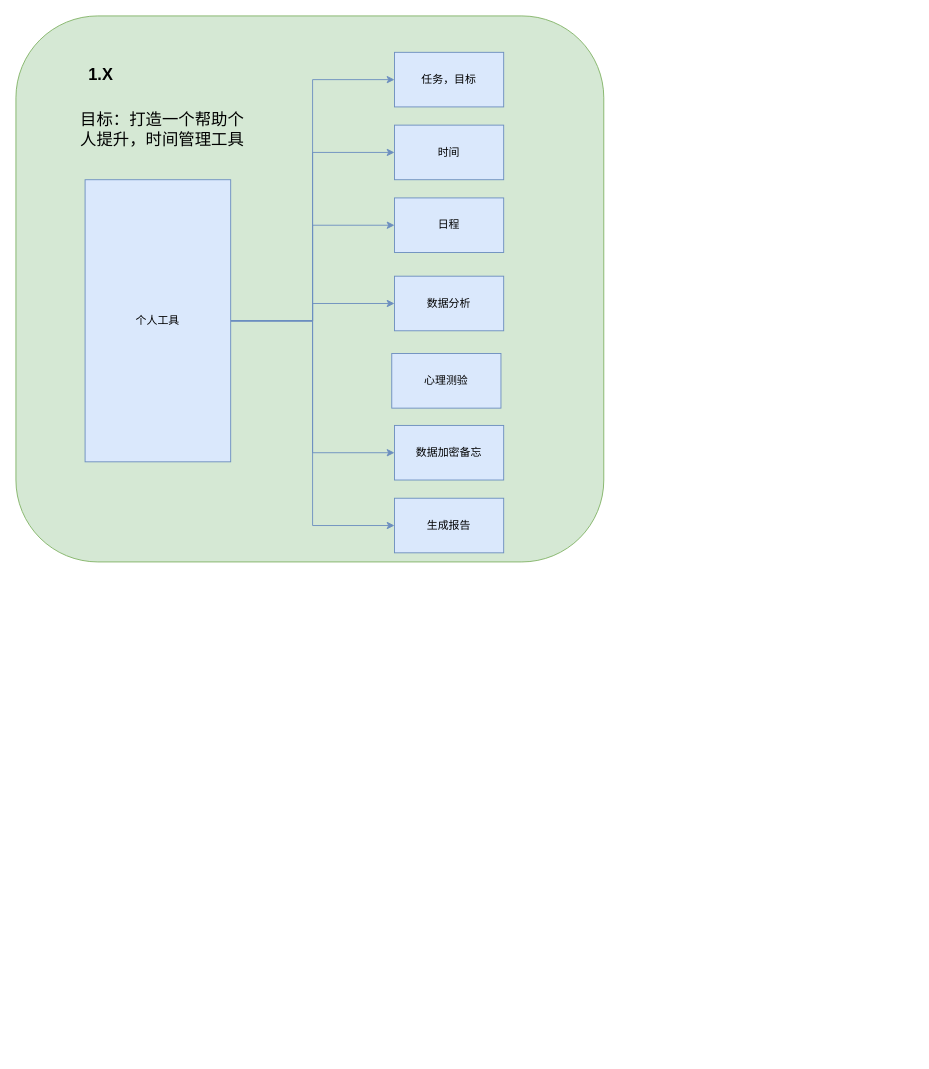
The draw.io diagram lingxi-taurus/lx-规划.drawio in GitHeP/diagrams, before the edit. Source tidied: cells renumbered, new cells numbered last; positions are measured from the earlier drawing's top-left corner, leaving out a move shared by most shapes. Both pictures are drawn from the tidied source at 91%, with x=0, y=0 at pixel (15, 15).
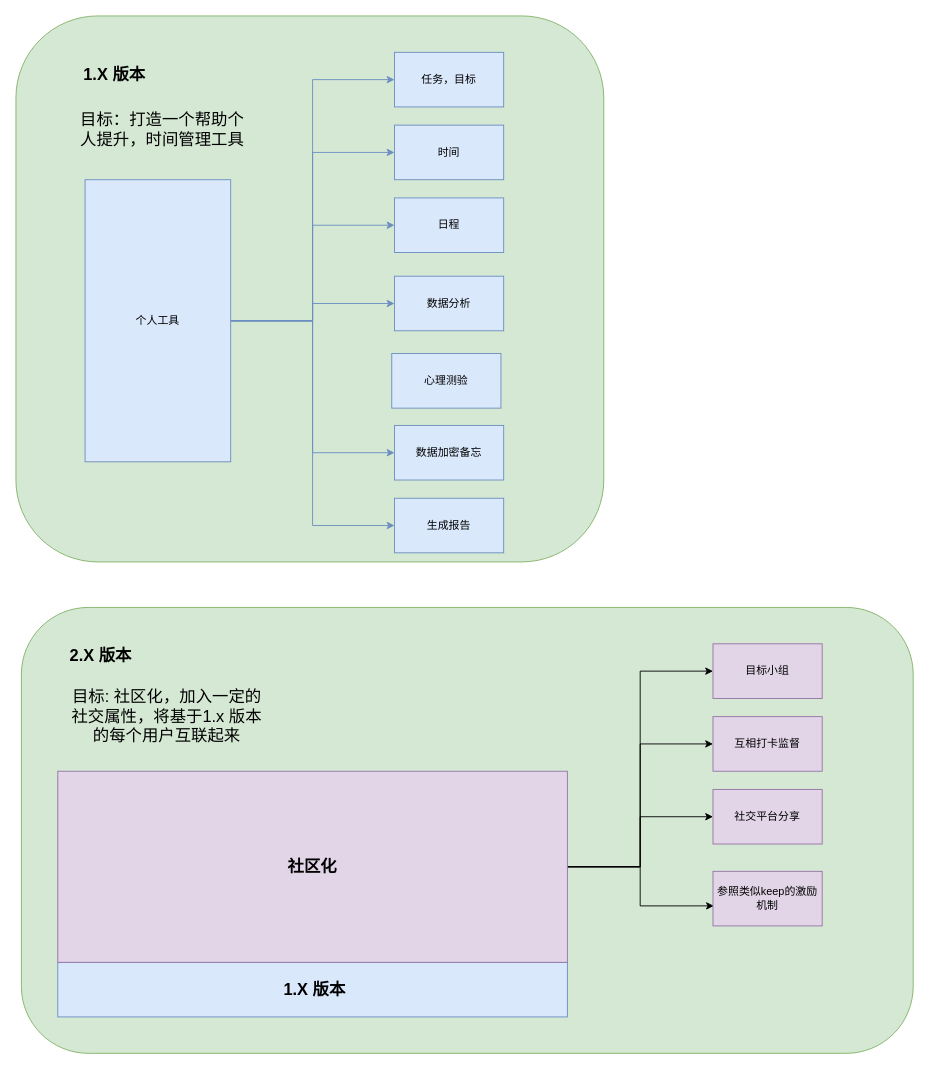
The same diagram, later.

Diff of the diagram source:
```diff
@@
-    <mxCell id="15" value="&lt;font style=&quot;font-size: 18px;&quot;&gt;&lt;b&gt;&amp;nbsp;1.X&lt;/b&gt;&lt;/font&gt;" style="text;html=1;strokeColor=none;fillColor=none;align=center;verticalAlign=middle;whiteSpace=wrap;rounded=0;" parent="1" vertex="1">
-      <mxGeometry x="56" y="50" width="70" height="30" as="geometry" />
+    <mxCell id="15" value="&lt;font style=&quot;font-size: 18px;&quot;&gt;&lt;b&gt;&amp;nbsp;1.X 版本&lt;/b&gt;&lt;/font&gt;" style="text;html=1;strokeColor=none;fillColor=none;align=center;verticalAlign=middle;whiteSpace=wrap;rounded=0;" parent="1" vertex="1">
+      <mxGeometry x="56" y="50" width="100" height="30" as="geometry" />
     </mxCell>
@@
+    <mxCell id="19" style="rounded=1;whiteSpace=wrap;html=1;fillColor=#d5e8d4;strokeColor=#82b366;" parent="1" vertex="1">
+      <mxGeometry x="6" y="650" width="980" height="490" as="geometry" />
+    </mxCell>
+    <mxCell id="20" value="&lt;b style=&quot;font-size: 18px;&quot;&gt;&amp;nbsp;1.X 版本&lt;/b&gt;" style="rounded=0;whiteSpace=wrap;html=1;fillColor=#dae8fc;strokeColor=#6c8ebf;" parent="1" vertex="1">
+      <mxGeometry x="46" y="1040" width="560" height="60" as="geometry" />
+    </mxCell>
+    <mxCell id="21" value="&lt;font style=&quot;font-size: 18px;&quot;&gt;&lt;b&gt;&amp;nbsp;2.X 版本&lt;/b&gt;&lt;/font&gt;" style="text;html=1;strokeColor=none;fillColor=none;align=center;verticalAlign=middle;whiteSpace=wrap;rounded=0;" parent="1" vertex="1">
+      <mxGeometry x="36" y="684" width="110" height="38" as="geometry" />
+    </mxCell>
+    <mxCell id="22" value="目标: 社区化，加入一定的社交属性，将基于1.x 版本的每个用户互联起来" style="text;html=1;strokeColor=none;fillColor=none;align=center;verticalAlign=middle;whiteSpace=wrap;rounded=0;fontSize=18;" parent="1" vertex="1">
+      <mxGeometry x="56" y="740" width="220" height="60" as="geometry" />
+    </mxCell>
+    <mxCell id="23" style="edgeStyle=orthogonalEdgeStyle;rounded=0;jettySize=auto;html=1;entryX=0;entryY=0.5;entryDx=0;entryDy=0;fontSize=18;" parent="1" edge="1" source="27" target="28">
+      <mxGeometry relative="1" as="geometry" />
+    </mxCell>
+    <mxCell id="24" style="edgeStyle=orthogonalEdgeStyle;rounded=0;jettySize=auto;html=1;entryX=0;entryY=0.5;entryDx=0;entryDy=0;fontSize=18;" parent="1" edge="1" source="27" target="29">
+      <mxGeometry relative="1" as="geometry" />
+    </mxCell>
+    <mxCell id="25" style="edgeStyle=orthogonalEdgeStyle;rounded=0;jettySize=auto;html=1;entryX=0;entryY=0.5;entryDx=0;entryDy=0;fontSize=18;" parent="1" edge="1" source="27" target="30">
+      <mxGeometry relative="1" as="geometry" />
+    </mxCell>
+    <mxCell id="26" style="edgeStyle=orthogonalEdgeStyle;rounded=0;jettySize=auto;html=1;entryX=0.008;entryY=0.633;entryDx=0;entryDy=0;entryPerimeter=0;fontSize=18;" parent="1" edge="1" source="27" target="31">
+      <mxGeometry relative="1" as="geometry" />
+    </mxCell>
+    <mxCell id="27" value="&lt;b style=&quot;font-size: 18px;&quot;&gt;社区化&lt;/b&gt;" style="rounded=0;whiteSpace=wrap;html=1;fillColor=#e1d5e7;strokeColor=#9673a6;" parent="1" vertex="1">
+      <mxGeometry x="46" y="830" width="560" height="210" as="geometry" />
+    </mxCell>
+    <mxCell id="28" value="目标小组" style="rounded=0;whiteSpace=wrap;html=1;fillColor=#e1d5e7;strokeColor=#9673a6;" parent="1" vertex="1">
+      <mxGeometry x="766" y="690" width="120" height="60" as="geometry" />
+    </mxCell>
+    <mxCell id="29" value="互相打卡监督" style="rounded=0;whiteSpace=wrap;html=1;fillColor=#e1d5e7;strokeColor=#9673a6;" parent="1" vertex="1">
+      <mxGeometry x="766" y="770" width="120" height="60" as="geometry" />
+    </mxCell>
+    <mxCell id="30" value="社交平台分享" style="rounded=0;whiteSpace=wrap;html=1;fillColor=#e1d5e7;strokeColor=#9673a6;" parent="1" vertex="1">
+      <mxGeometry x="766" y="850" width="120" height="60" as="geometry" />
+    </mxCell>
+    <mxCell id="31" value="参照类似keep的激励机制" style="rounded=0;whiteSpace=wrap;html=1;fillColor=#e1d5e7;strokeColor=#9673a6;" parent="1" vertex="1">
+      <mxGeometry x="766" y="940" width="120" height="60" as="geometry" />
+    </mxCell>
```
